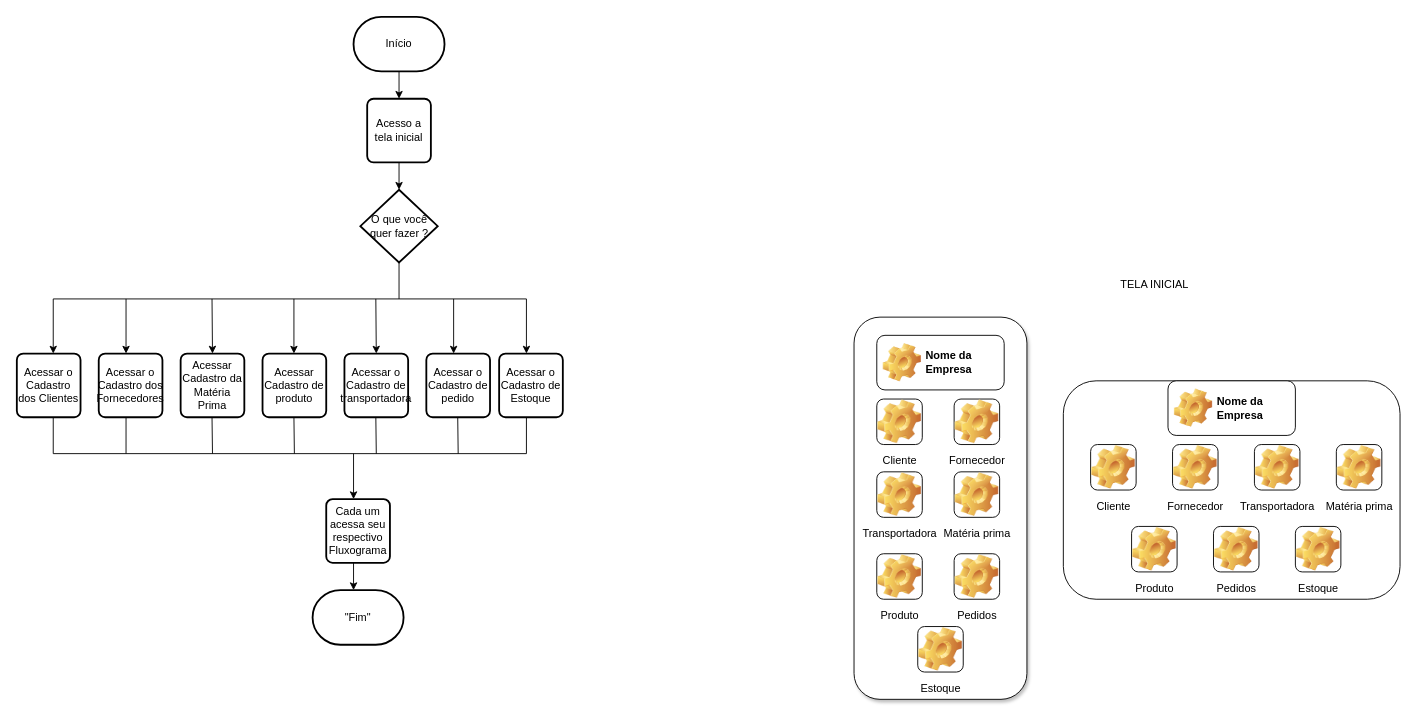
The draw.io diagram page "Tela-Inicial" (1 of 14) of DOC/Fluxograma.drawio in GuilhermeIgarashi7/avatar-Fluxograma, before the edit. Source tidied: cells renumbered, new cells numbered last; positions are measured from the earlier drawing's top-left corner, leaving out a move shared by most shapes. Both pictures are drawn from the tidied source at 91%, with x=0, y=0 at pixel (16, 16).
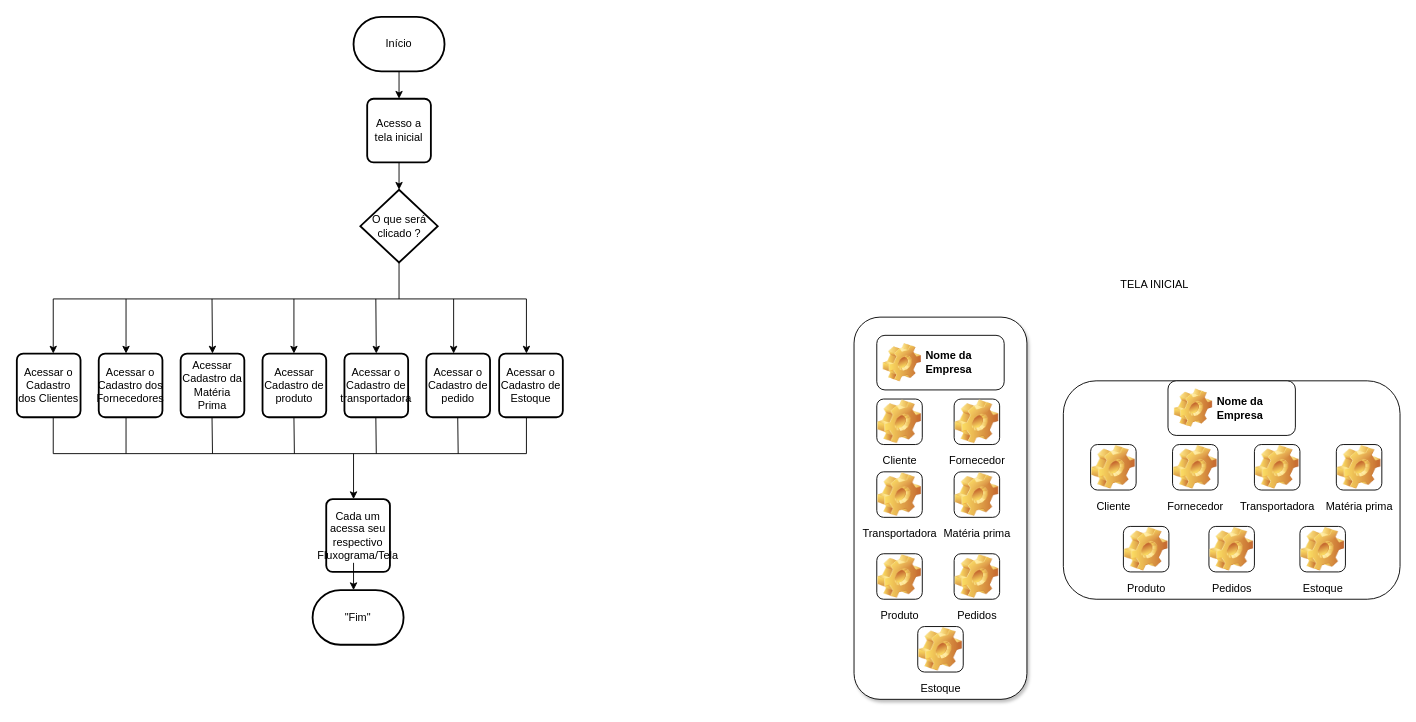
After the change.

Change to the diagram source:
```diff
@@
-    <mxCell id="6" value="O que você quer fazer ?" style="strokeWidth=2;html=1;shape=mxgraph.flowchart.decision;whiteSpace=wrap;" parent="1" vertex="1">
+    <mxCell id="6" value="O que será clicado ?" style="strokeWidth=2;html=1;shape=mxgraph.flowchart.decision;whiteSpace=wrap;" parent="1" vertex="1">
       <mxGeometry x="377.5" y="190" width="85" height="80" as="geometry" />
     </mxCell>
@@
-    <mxCell id="31" value="Cada um acessa seu respectivo Fluxograma" style="rounded=1;whiteSpace=wrap;html=1;absoluteArcSize=1;arcSize=14;strokeWidth=2;" parent="1" vertex="1">
-      <mxGeometry x="340" y="530" width="70" height="70" as="geometry" />
+    <mxCell id="31" value="Cada um acessa seu respectivo Fluxograma/Tela" style="rounded=1;whiteSpace=wrap;html=1;absoluteArcSize=1;arcSize=14;strokeWidth=2;" parent="1" vertex="1">
+      <mxGeometry x="340" y="530" width="70" height="80" as="geometry" />
     </mxCell>
@@
     <mxCell id="48" value="Produto" style="icon;html=1;image=img/clipart/Gear_128x128.png;" parent="1" vertex="1">
-      <mxGeometry x="1225" y="560" width="50" height="50" as="geometry" />
+      <mxGeometry x="1216" y="560" width="50" height="50" as="geometry" />
     </mxCell>
     <mxCell id="49" value="Pedidos" style="icon;html=1;image=img/clipart/Gear_128x128.png;" parent="1" vertex="1">
-      <mxGeometry x="1315" y="560" width="50" height="50" as="geometry" />
+      <mxGeometry x="1310" y="560" width="50" height="50" as="geometry" />
     </mxCell>
@@
     <mxCell id="52" value="Estoque" style="icon;html=1;image=img/clipart/Gear_128x128.png;" parent="1" vertex="1">
-      <mxGeometry x="1405" y="560" width="50" height="50" as="geometry" />
+      <mxGeometry x="1410" y="560" width="50" height="50" as="geometry" />
     </mxCell>
```
